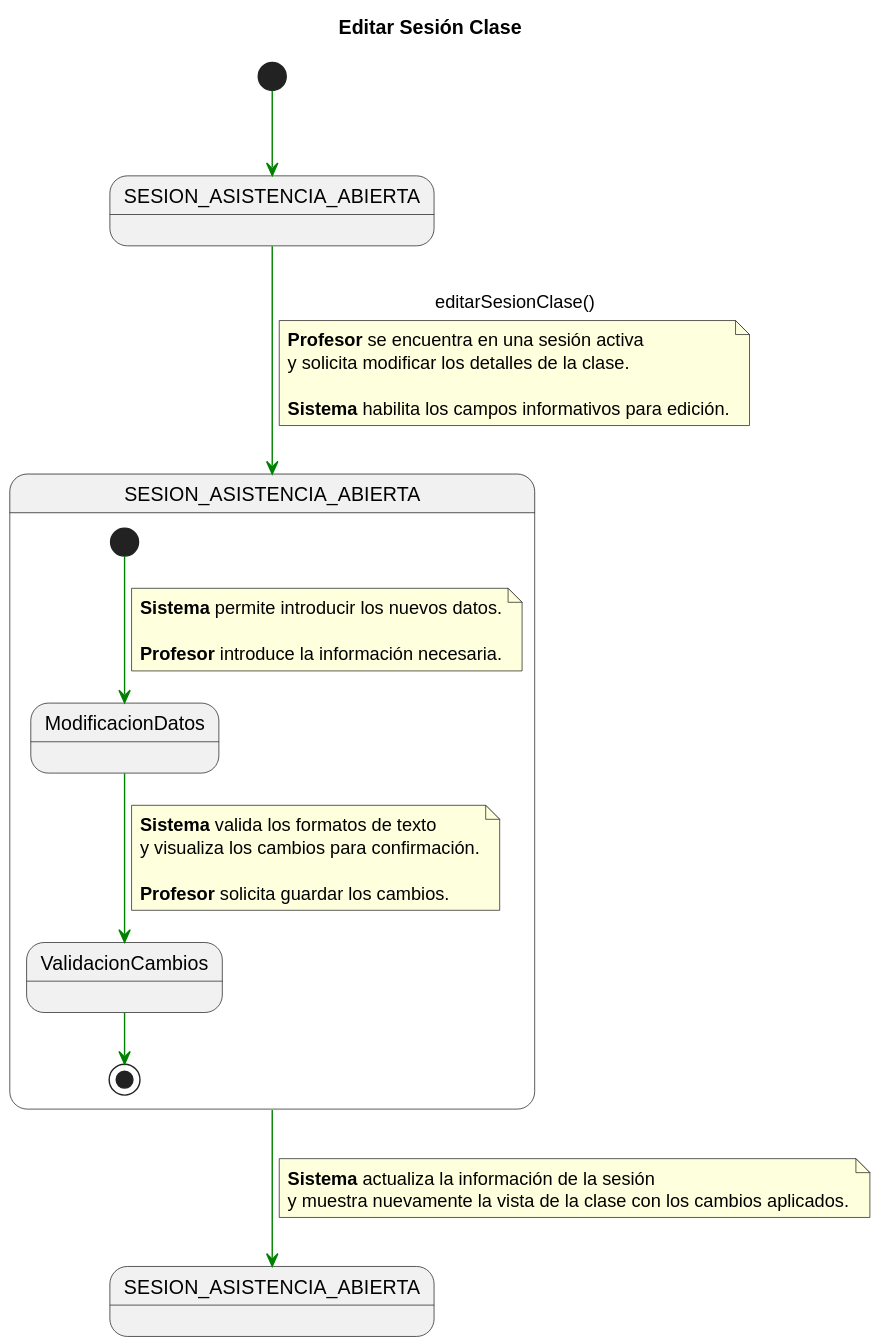
enmabry/25-26-IdSw1-SdR keeps this PlantUML diagram as documents/CasosDeUso/DetalladoCasosDeUso/Profesor/editarSesionClase.svg. Above is the earlier version. The source it was exported from:
```plantuml
@startuml
title Editar Sesión Clase
skinparam linetype polyline

state SESION_ACTUAL_INICIAL as "SESION_ASISTENCIA_ABIERTA"
state PROCESO_EDICION_COMP  as "SESION_ASISTENCIA_ABIERTA"
state SESION_ACTUAL_FINAL   as "SESION_ASISTENCIA_ABIERTA"

[*] -[#green]-> SESION_ACTUAL_INICIAL

SESION_ACTUAL_INICIAL -[#green]-> PROCESO_EDICION_COMP : editarSesionClase()
note on link
<b>Profesor</b> se encuentra en una sesión activa
y solicita modificar los detalles de la clase.

<b>Sistema</b> habilita los campos informativos para edición.
end note

state PROCESO_EDICION_COMP {

    state ModificacionDatos
    state ValidacionCambios

    [*] -[#green]-> ModificacionDatos
    note on link
    <b>Sistema</b> permite introducir los nuevos datos.

    <b>Profesor</b> introduce la información necesaria.
    end note

    ModificacionDatos -[#green]-> ValidacionCambios
    note on link
    <b>Sistema</b> valida los formatos de texto
    y visualiza los cambios para confirmación.

    <b>Profesor</b> solicita guardar los cambios.
    end note

    ValidacionCambios -[#green]-> [*]
}

PROCESO_EDICION_COMP -[#green]-> SESION_ACTUAL_FINAL
note on link
<b>Sistema</b> actualiza la información de la sesión
y muestra nuevamente la vista de la clase con los cambios aplicados.
end note
@enduml
```
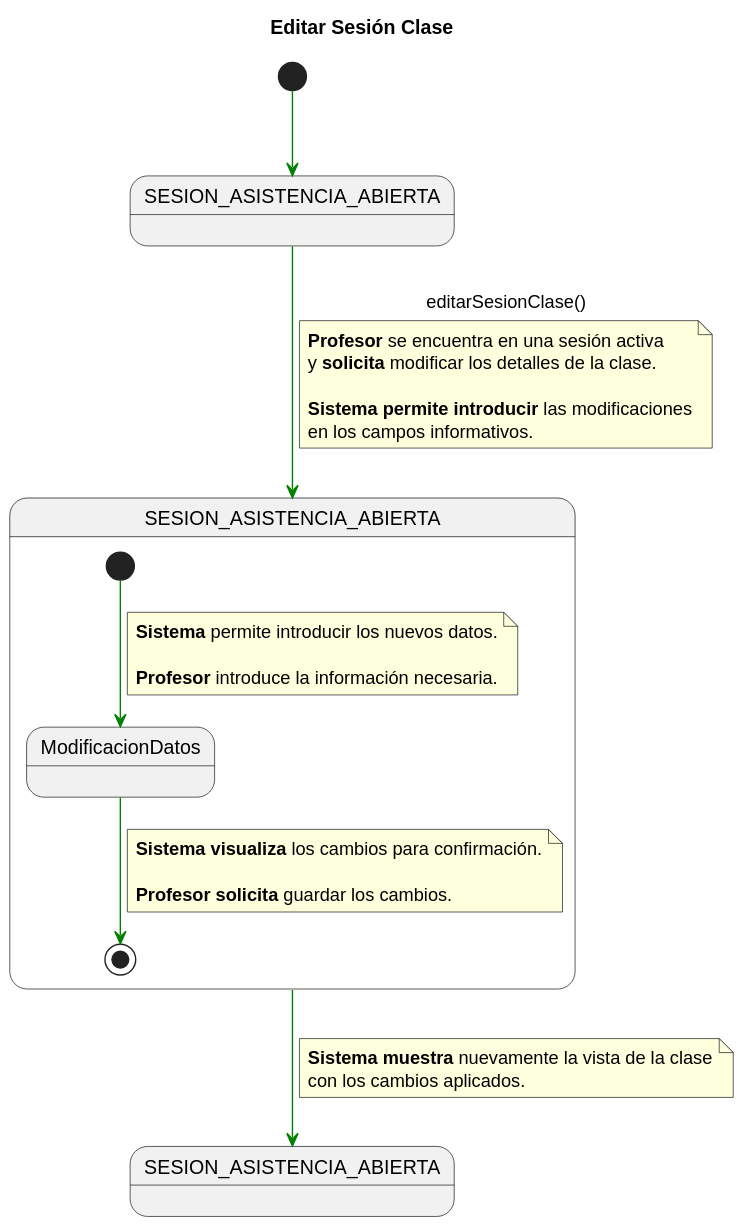
The same file after the commit.

The edit, as a diff of the source:
```diff
@@ -11,15 +11,15 @@
 SESION_ACTUAL_INICIAL -[#green]-> PROCESO_EDICION_COMP : editarSesionClase()
 note on link
 <b>Profesor</b> se encuentra en una sesión activa
-y solicita modificar los detalles de la clase.
+y <b>solicita</b> modificar los detalles de la clase.
 
-<b>Sistema</b> habilita los campos informativos para edición.
+<b>Sistema permite introducir</b> las modificaciones
+en los campos informativos.
 end note
 
 state PROCESO_EDICION_COMP {
 
     state ModificacionDatos
-    state ValidacionCambios
 
     [*] -[#green]-> ModificacionDatos
     note on link
@@ -28,20 +28,18 @@
     <b>Profesor</b> introduce la información necesaria.
     end note
 
-    ModificacionDatos -[#green]-> ValidacionCambios
+    ModificacionDatos -[#green]-> [*]
     note on link
-    <b>Sistema</b> valida los formatos de texto
-    y visualiza los cambios para confirmación.
+    <b>Sistema visualiza</b> los cambios para confirmación.
 
-    <b>Profesor</b> solicita guardar los cambios.
+    <b>Profesor solicita</b> guardar los cambios.
     end note
 
-    ValidacionCambios -[#green]-> [*]
 }
 
 PROCESO_EDICION_COMP -[#green]-> SESION_ACTUAL_FINAL
 note on link
-<b>Sistema</b> actualiza la información de la sesión
-y muestra nuevamente la vista de la clase con los cambios aplicados.
+<b>Sistema muestra</b> nuevamente la vista de la clase
+con los cambios aplicados.
 end note
 @enduml
```
